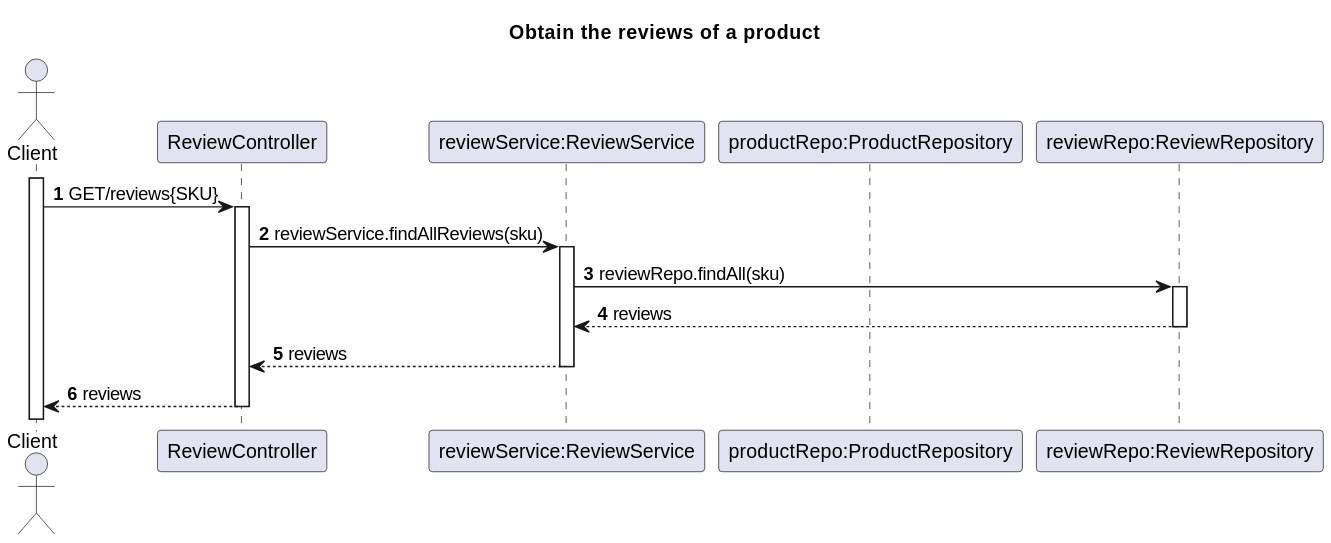
This is Docs/US05-SD.svg from TiagoNora/SIDIS-Docs, a PlantUML export, as it was before one commit. Its diagram source:
```plantuml
@startuml
title Obtain the reviews of a product
autoactivate on
autonumber

actor "Client" as Client

participant "ReviewController" as CtrlR
participant "reviewService:ReviewService" as SvcR
participant "productRepo:ProductRepository" as RepoP
participant "reviewRepo:ReviewRepository" as RepoR

activate Client

Client -> CtrlR : GET/reviews{SKU}
CtrlR -> SvcR : reviewService.findAllReviews(sku)
SvcR -> RepoR: reviewRepo.findAll(sku)
RepoR --> SvcR: reviews
SvcR --> CtrlR: reviews
CtrlR --> "Client": reviews



@enduml
```
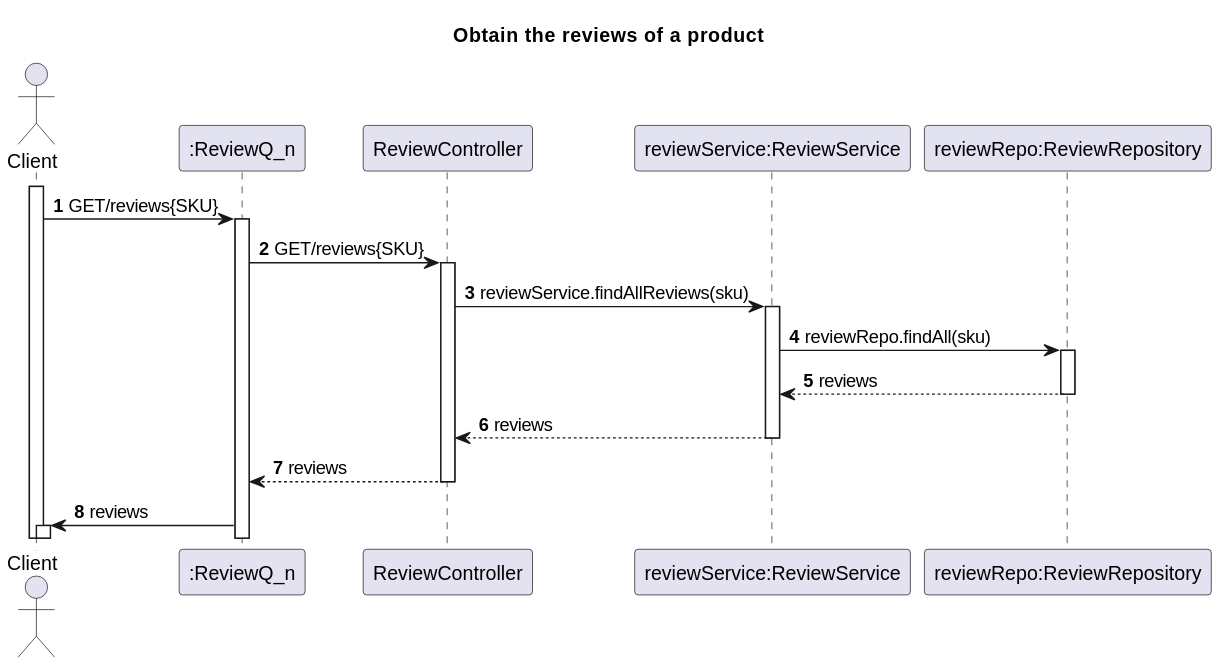
After the change.

What changed in the source:
```diff
@@ -4,20 +4,21 @@
 autonumber
 
 actor "Client" as Client
-
+participant ":ReviewQ_n" as reviewQ
 participant "ReviewController" as CtrlR
 participant "reviewService:ReviewService" as SvcR
-participant "productRepo:ProductRepository" as RepoP
 participant "reviewRepo:ReviewRepository" as RepoR
 
 activate Client
 
-Client -> CtrlR : GET/reviews{SKU}
+Client -> reviewQ : GET/reviews{SKU}
+reviewQ -> CtrlR: GET/reviews{SKU}
 CtrlR -> SvcR : reviewService.findAllReviews(sku)
 SvcR -> RepoR: reviewRepo.findAll(sku)
 RepoR --> SvcR: reviews
 SvcR --> CtrlR: reviews
-CtrlR --> "Client": reviews
+CtrlR --> reviewQ: reviews
+reviewQ -> Client: reviews
 
 
 
```
